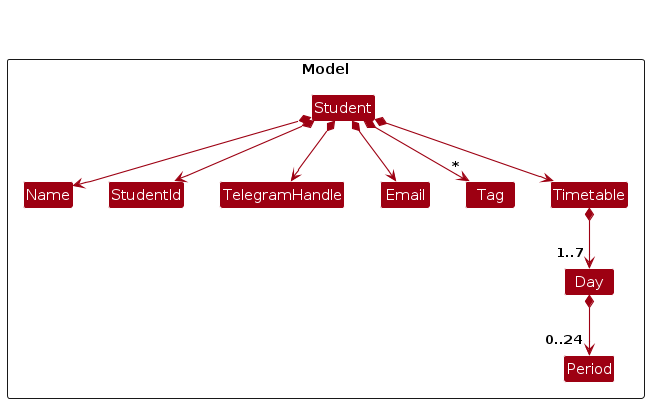
Before: diagrams/StudentClassDiagram.png, a diagram exported from PlantUML (AY2324S2-CS2103-T14-1/tp). Its source is kept beside it as diagrams/StudentClassDiagram.puml. The source it was exported from:
```plantuml
@startuml
!include style.puml
skinparam arrowThickness 1.1
skinparam arrowColor MODEL_COLOR
skinparam classBackgroundColor MODEL_COLOR

Package Model as ModelPackage <<Rectangle>>{

Class Student
Class StudentId
Class Email
Class Name
Class TelegramHandle
Class Tag
Class Timetable
Class Day
Class Period

Class I #FFFFFF
}

Class HiddenOutside #FFFFFF

Student -[hidden]up-> HiddenOutside

Student *--> Name
Student *--> StudentId
Student *--> Email
Student *--> TelegramHandle
Student *--> "*" Tag
Student *--> Timetable

Name -[hidden]right-> StudentId
StudentId -[hidden]right-> TelegramHandle
TelegramHandle -[hidden]right-> Email

Timetable *--> "1..7" Day
Day *--> "0..24" Period

@enduml
```
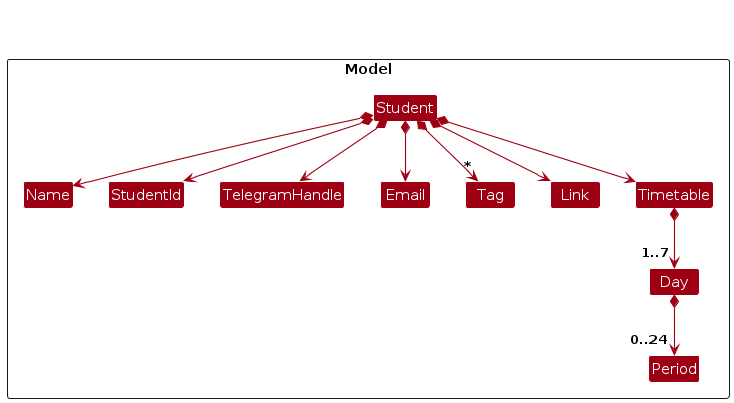
The same diagram one commit later.

Change to the diagram source:
```diff
@@ -12,6 +12,7 @@
 Class Name
 Class TelegramHandle
 Class Tag
+Class Link
 Class Timetable
 Class Day
 Class Period
@@ -26,6 +27,7 @@
 Student *--> Name
 Student *--> StudentId
 Student *--> Email
+Student *--> Link
 Student *--> TelegramHandle
 Student *--> "*" Tag
 Student *--> Timetable
```
